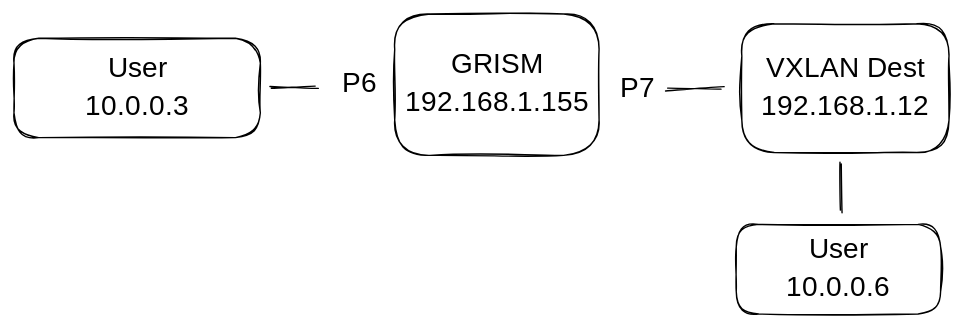
Above: .gitbook/assets/file.excalidraw.svg in PacketX/GRISM-XML (Excalidraw), before the change. Source tidied: one line per element, renumbered; positions are measured from the earlier drawing's top-left corner, leaving out a move shared by most shapes.
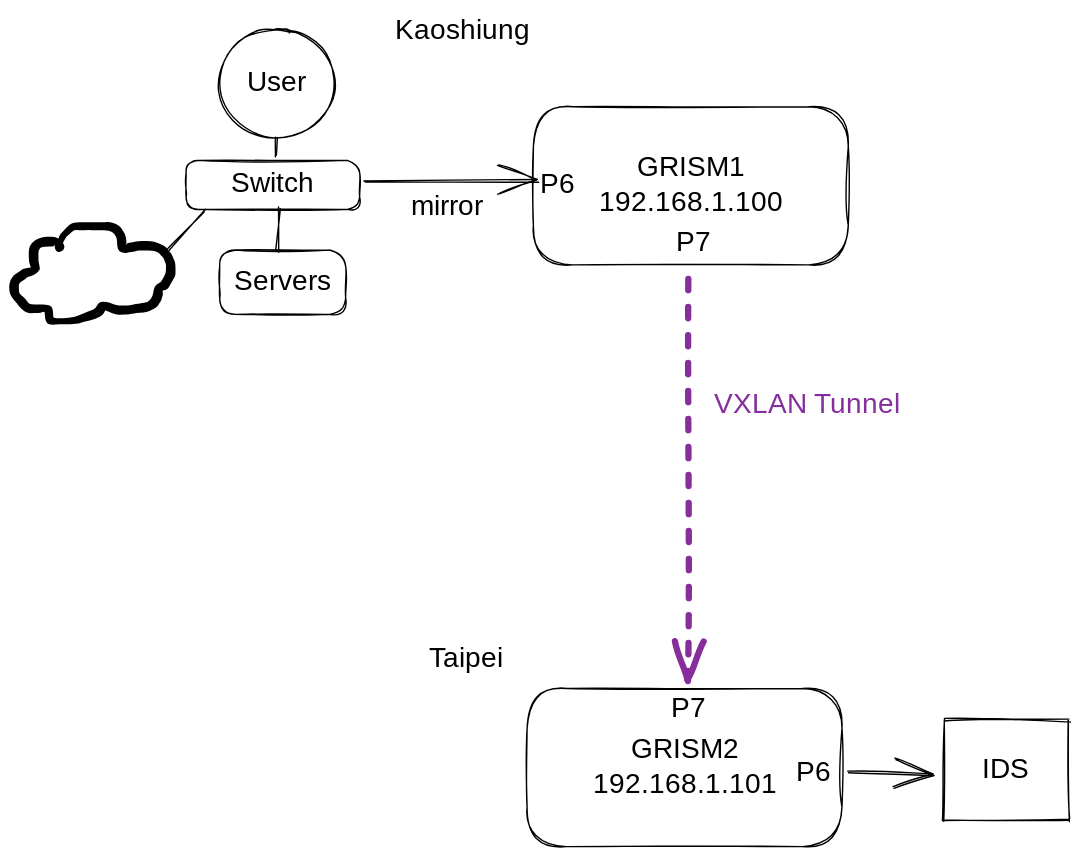
The same diagram one commit later.

Diff of the diagram source:
```diff
@@ -1,13 +1,27 @@
-{"id": 0, "type": "rectangle", "strokeColor": "#000000", "strokeWidth": 1, "roughness": 1, "round": true, "x": 272, "y": 0, "width": 146, "height": 101}
-{"id": 1, "type": "text", "text": "GRISM\n192.168.1.155", "strokeColor": "#000000", "strokeWidth": 1, "roughness": 1, "fontSize": 20, "fontFamily": 1, "textAlign": "center", "verticalAlign": "middle", "inside": 0, "x": 286, "y": 24, "width": 119, "height": 54}
-{"id": 2, "type": "rectangle", "strokeColor": "#000000", "strokeWidth": 1, "roughness": 1, "round": true, "x": 520, "y": 7, "width": 148, "height": 92}
-{"id": 3, "type": "text", "text": "VXLAN Dest\n192.168.1.12", "strokeColor": "#000000", "strokeWidth": 1, "roughness": 1, "fontSize": 20, "fontFamily": 1, "textAlign": "center", "verticalAlign": "middle", "inside": 2, "x": 534, "y": 26, "width": 120, "height": 54}
-{"id": 4, "type": "text", "text": "P6", "strokeColor": "#000000", "strokeWidth": 1, "roughness": 1, "fontSize": 20, "fontFamily": 1, "x": 234, "y": 38, "width": 28, "height": 25}
-{"id": 5, "type": "text", "text": "P7", "strokeColor": "#000000", "strokeWidth": 1, "roughness": 1, "fontSize": 20, "fontFamily": 1, "x": 433, "y": 41, "width": 26, "height": 25}
-{"id": 6, "type": "line", "strokeColor": "#000000", "strokeWidth": 1, "roughness": 1, "round": true, "x": 467, "y": 54, "width": 39, "height": 1, "points": [[0, 0], [39, -1]]}
-{"id": 7, "type": "line", "strokeColor": "#000000", "strokeWidth": 1, "roughness": 1, "round": true, "x": 183, "y": 53, "width": 33, "height": 2, "points": [[0, 0], [33, -2]]}
-{"id": 8, "type": "rectangle", "strokeColor": "#000000", "strokeWidth": 1, "roughness": 1, "round": true, "x": 0, "y": 17, "width": 176, "height": 71}
-{"id": 9, "type": "text", "text": "User\n10.0.0.3", "strokeColor": "#000000", "strokeWidth": 1, "roughness": 1, "fontSize": 20, "fontFamily": 1, "textAlign": "center", "verticalAlign": "middle", "inside": 8, "x": 48, "y": 26, "width": 79, "height": 54}
-{"id": 10, "type": "rectangle", "strokeColor": "#000000", "strokeWidth": 1, "roughness": 1, "round": true, "x": 516, "y": 150, "width": 146, "height": 64}
-{"id": 11, "type": "text", "text": "User\n10.0.0.6", "strokeColor": "#000000", "strokeWidth": 1, "roughness": 1, "fontSize": 20, "fontFamily": 1, "textAlign": "center", "verticalAlign": "middle", "inside": 10, "x": 550, "y": 155, "width": 78, "height": 54}
-{"id": 12, "type": "line", "strokeColor": "#000000", "strokeWidth": 1, "roughness": 1, "round": true, "x": 590, "y": 107, "width": 2, "height": 34, "points": [[0, 0], [2, 34]]}
+{"id": 13, "type": "ellipse", "strokeColor": "#000000", "strokeWidth": 1, "roughness": 1, "round": true, "x": 21, "y": -214, "width": 83, "height": 77}
+{"id": 14, "type": "text", "text": "User", "strokeColor": "#000000", "strokeWidth": 1, "roughness": 1, "fontSize": 20, "fontFamily": 1, "textAlign": "center", "verticalAlign": "middle", "inside": 13, "x": 40, "y": -188, "width": 45, "height": 25}
+{"id": 15, "type": "arrow", "strokeColor": "#000000", "strokeWidth": 1, "roughness": 1, "endArrowhead": "arrow", "round": true, "from": 33, "to": 19, "x": 125, "y": -106, "width": 125, "height": 0, "points": [[0, 0], [125, 0]]}
+{"id": 16, "type": "text", "text": "Kaoshiung", "strokeColor": "#000000", "strokeWidth": 1, "strokeStyle": "dashed", "roughness": 1, "fontSize": 20, "fontFamily": 1, "x": 147, "y": -225, "width": 93, "height": 25}
+{"id": 17, "type": "rectangle", "strokeColor": "#000000", "strokeWidth": 1, "roughness": 1, "round": true, "x": 246, "y": -159, "width": 225, "height": 113}
+{"id": 18, "type": "text", "text": "GRISM1\n192.168.1.100", "strokeColor": "#000000", "strokeWidth": 1, "roughness": 1, "fontSize": 20, "fontFamily": 1, "textAlign": "center", "verticalAlign": "middle", "inside": 17, "x": 298, "y": -128, "width": 120, "height": 50}
+{"id": 19, "type": "text", "text": "P6", "strokeColor": "#000000", "strokeWidth": 1, "strokeStyle": "dashed", "roughness": 1, "fontSize": 20, "fontFamily": 1, "x": 251, "y": -115, "width": 26, "height": 25}
+{"id": 20, "type": "text", "text": "P7", "strokeColor": "#000000", "strokeWidth": 1, "strokeStyle": "dashed", "roughness": 1, "fontSize": 20, "fontFamily": 1, "x": 348, "y": -74, "width": 24, "height": 25}
+{"id": 21, "type": "rectangle", "strokeColor": "#000000", "strokeWidth": 1, "roughness": 1, "round": true, "x": 242, "y": 257, "width": 225, "height": 113}
+{"id": 22, "type": "text", "text": "GRISM2\n192.168.1.101", "strokeColor": "#000000", "strokeWidth": 1, "roughness": 1, "fontSize": 20, "fontFamily": 1, "textAlign": "center", "verticalAlign": "middle", "inside": 21, "x": 298, "y": 288, "width": 112, "height": 50}
+{"id": 23, "type": "text", "text": "P6", "strokeColor": "#000000", "strokeWidth": 1, "strokeStyle": "dashed", "roughness": 1, "fontSize": 20, "fontFamily": 1, "x": 434, "y": 305, "width": 26, "height": 25}
+{"id": 24, "type": "text", "text": "P7", "strokeColor": "#000000", "strokeWidth": 1, "strokeStyle": "dashed", "roughness": 1, "fontSize": 20, "fontFamily": 1, "x": 344, "y": 259, "width": 24, "height": 25}
+{"id": 25, "type": "arrow", "strokeColor": "#862e9c", "strokeWidth": 4, "strokeStyle": "dashed", "roughness": 1, "endArrowhead": "arrow", "from": 20, "to": 24, "x": 356, "y": -36, "width": 1, "height": 288, "points": [[0, 0], [1, 288]]}
+{"id": 26, "type": "rectangle", "strokeColor": "#000000", "strokeWidth": 1, "roughness": 1, "x": 539, "y": 279, "width": 89, "height": 72}
+{"id": 27, "type": "text", "text": "IDS", "strokeColor": "#000000", "strokeWidth": 1, "roughness": 1, "fontSize": 20, "fontFamily": 1, "textAlign": "center", "verticalAlign": "middle", "inside": 26, "x": 564, "y": 303, "width": 39, "height": 25}
+{"id": 28, "type": "arrow", "strokeColor": "#000000", "strokeWidth": 1, "roughness": 1, "endArrowhead": "arrow", "from": 23, "to": 26, "x": 470, "y": 315, "width": 61, "height": 3, "points": [[0, 0], [61, 3]]}
+{"id": 29, "type": "text", "text": "Taipei", "strokeColor": "#000000", "strokeWidth": 1, "strokeStyle": "dashed", "roughness": 1, "fontSize": 20, "fontFamily": 1, "x": 172, "y": 224, "width": 59, "height": 25}
+{"id": 30, "type": "text", "text": "VXLAN Tunnel", "strokeColor": "#862e9c", "strokeWidth": 1, "roughness": 1, "fontSize": 20, "fontFamily": 1, "x": 375, "y": 42, "width": 133, "height": 25}
+{"id": 31, "type": "rectangle", "strokeColor": "#000000", "strokeWidth": 1, "roughness": 1, "round": true, "x": 22, "y": -57, "width": 90, "height": 46}
+{"id": 32, "type": "text", "text": "Servers", "strokeColor": "#000000", "strokeWidth": 1, "roughness": 1, "fontSize": 20, "fontFamily": 1, "textAlign": "center", "verticalAlign": "middle", "inside": 31, "x": 31, "y": -46, "width": 73, "height": 25}
+{"id": 33, "type": "rectangle", "strokeColor": "#000000", "strokeWidth": 1, "roughness": 1, "round": true, "x": -2, "y": -121, "width": 124, "height": 35}
+{"id": 34, "type": "text", "text": "Switch", "strokeColor": "#000000", "strokeWidth": 1, "roughness": 1, "fontSize": 20, "fontFamily": 1, "textAlign": "center", "verticalAlign": "middle", "inside": 33, "x": 30, "y": -116, "width": 60, "height": 25}
+{"id": 35, "type": "line", "strokeColor": "#000000", "strokeWidth": 1, "roughness": 1, "round": true, "x": 63, "y": -138, "width": 1, "height": 14, "points": [[0, 0], [-1, 14]]}
+{"id": 36, "type": "line", "strokeColor": "#000000", "strokeWidth": 1, "roughness": 1, "round": true, "x": 65, "y": -86, "width": 2, "height": 30, "points": [[0, 0], [-2, 30]]}
+{"id": 37, "type": "freedraw", "strokeColor": "#000000", "strokeWidth": 1, "roughness": 1, "x": -93, "y": -58, "width": 112, "height": 68, "points": [[0, 0], [9, -15], [25, -16], [40, -15], [45, -5], [52, -1], [63, -2], [76, 3], [80, 12], [77, 23], [72, 29], [69, 38], [53, 43], [40, 44], [32, 41], [23, 48], [-5, 52], [-7, 45], [-19, 43], [-28, 36], [-32, 28], [-24, 18], [-17, 14], [-18, 2], [-11, -5], [-2, -4]]}
+{"id": 38, "type": "line", "strokeColor": "#000000", "strokeWidth": 1, "roughness": 1, "round": true, "x": 11, "y": -85, "width": 28, "height": 30, "points": [[0, 0], [-28, 30]]}
+{"id": 39, "type": "text", "text": "mirror", "strokeColor": "#000000", "strokeWidth": 1, "roughness": 1, "fontSize": 20, "fontFamily": 1, "x": 159, "y": -100, "width": 54, "height": 25}
```
